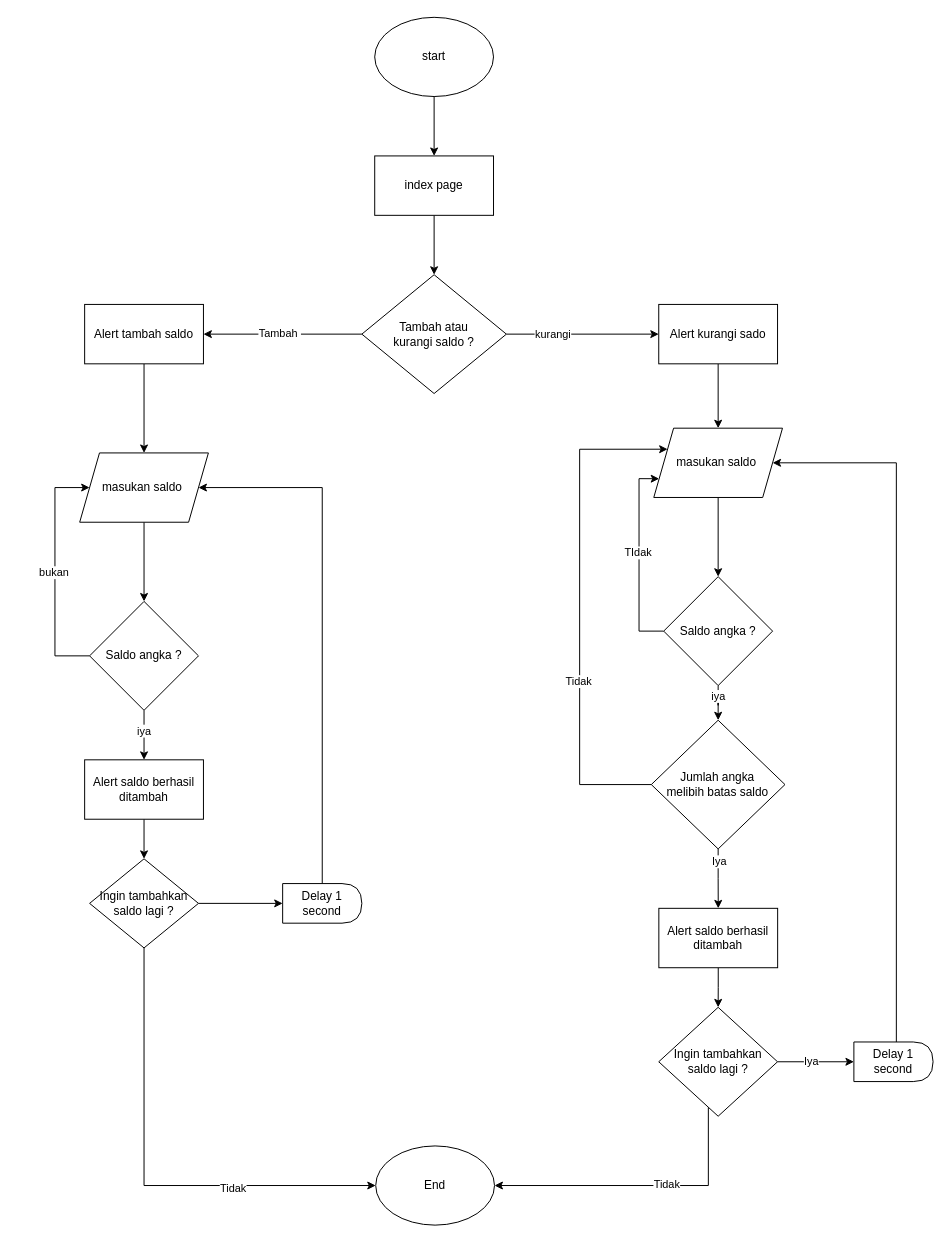
Earlier version of the draw.io diagram Untitled Diagram.drawio (Mamanggans/Basic_banking_sysytem). Source tidied: cells renumbered, new cells numbered last; positions are measured from the earlier drawing's top-left corner, leaving out a move shared by most shapes. Both pictures are drawn from the tidied source at 99%, with x=0, y=0 at pixel (54, 17).
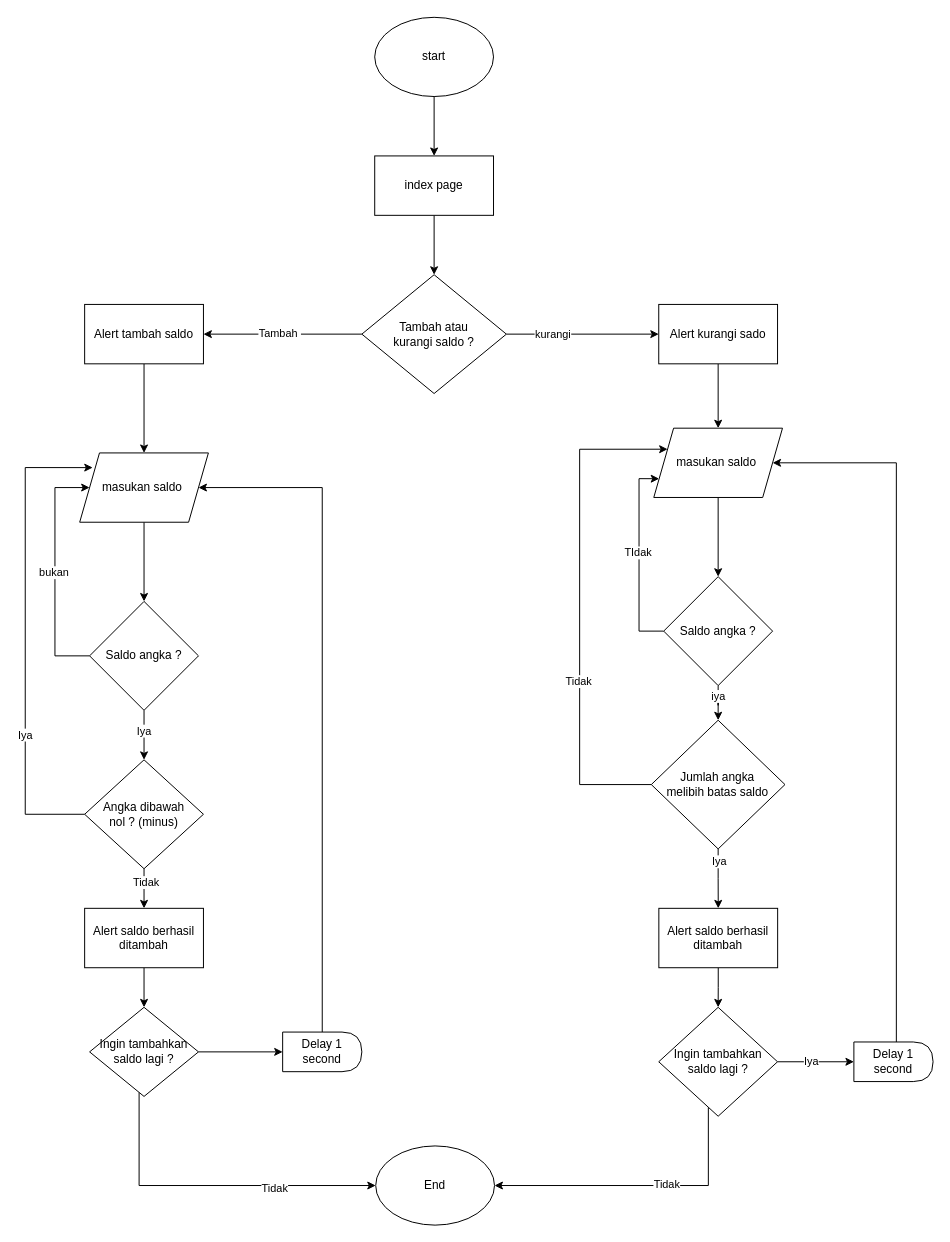
After the change.

Unchanged cells that the change refers to:
```xml
<mxCell id="16" value="masukan saldo&amp;nbsp;" style="shape=parallelogram;perimeter=parallelogramPerimeter;whiteSpace=wrap;html=1;fixedSize=1;" parent="1" vertex="1">
  <mxGeometry x="25" y="440" width="130" height="70" as="geometry" />
</mxCell>
<mxCell id="21" value="Saldo angka ?" style="rhombus;whiteSpace=wrap;html=1;" parent="1" vertex="1">
  <mxGeometry x="35" y="590" width="110" height="110" as="geometry" />
</mxCell>
<mxCell id="30" value="End" style="ellipse;whiteSpace=wrap;html=1;" parent="1" vertex="1">
  <mxGeometry x="324" y="1140" width="120" height="80" as="geometry" />
</mxCell>
```

What changed in the source:
```diff
@@
-    <mxCell id="19" style="edgeStyle=orthogonalEdgeStyle;rounded=0;jettySize=auto;html=1;" parent="1" edge="1" source="21" target="23">
-      <mxGeometry relative="1" as="geometry" />
-    </mxCell>
-    <mxCell id="20" value="iya" style="edgeLabel;html=1;align=center;verticalAlign=middle;" parent="19" vertex="1">
-      <mxGeometry x="-0.19" y="-1" relative="1" as="geometry" />
-    </mxCell>
+    <mxCell id="52" style="edgeStyle=orthogonalEdgeStyle;rounded=0;jettySize=auto;html=1;" parent="1" edge="1" source="21" target="56">
+      <mxGeometry relative="1" as="geometry" />
+    </mxCell>
+    <mxCell id="53" value="Iya" style="edgeLabel;html=1;align=center;verticalAlign=middle;" parent="52" vertex="1">
+      <mxGeometry x="-0.21" y="-1" relative="1" as="geometry" />
+    </mxCell>
@@
     <mxCell id="23" value="Alert saldo berhasil ditambah" style="rounded=0;whiteSpace=wrap;html=1;" parent="1" vertex="1">
-      <mxGeometry x="30" y="750" width="120" height="60" as="geometry" />
+      <mxGeometry x="30" y="900" width="120" height="60" as="geometry" />
     </mxCell>
     <mxCell id="24" style="edgeStyle=orthogonalEdgeStyle;rounded=0;jettySize=auto;html=1;entryX=0;entryY=0.5;entryDx=0;entryDy=0;" parent="1" edge="1" source="27" target="30">
       <mxGeometry relative="1" as="geometry">
         <Array as="points">
-          <mxPoint x="90" y="1180" />
+          <mxPoint x="85" y="1180" />
         </Array>
       </mxGeometry>
     </mxCell>
@@
     <mxCell id="27" value="Ingin tambahkan saldo lagi ?" style="rhombus;whiteSpace=wrap;html=1;" parent="1" vertex="1">
-      <mxGeometry x="35" y="850" width="110" height="90" as="geometry" />
+      <mxGeometry x="35" y="1000" width="110" height="90" as="geometry" />
     </mxCell>
@@
     <mxCell id="29" value="Delay 1 second" style="shape=delay;whiteSpace=wrap;html=1;" parent="1" vertex="1">
-      <mxGeometry x="230" y="875" width="80" height="40" as="geometry" />
+      <mxGeometry x="230" y="1025" width="80" height="40" as="geometry" />
     </mxCell>
@@
+    <mxCell id="54" style="edgeStyle=orthogonalEdgeStyle;rounded=0;jettySize=auto;html=1;" parent="1" edge="1" source="56" target="23">
+      <mxGeometry relative="1" as="geometry" />
+    </mxCell>
+    <mxCell id="55" value="Tidak" style="edgeLabel;html=1;align=center;verticalAlign=middle;" parent="54" vertex="1">
+      <mxGeometry x="-0.36" y="1" relative="1" as="geometry" />
+    </mxCell>
+    <mxCell id="56" value="Angka dibawah &lt;br&gt;nol ? (minus)" style="rhombus;whiteSpace=wrap;html=1;" parent="1" vertex="1">
+      <mxGeometry x="30" y="750" width="120" height="110" as="geometry" />
+    </mxCell>
+    <mxCell id="57" style="edgeStyle=orthogonalEdgeStyle;rounded=0;jettySize=auto;html=1;entryX=0.101;entryY=0.212;entryDx=0;entryDy=0;entryPerimeter=0;exitX=0;exitY=0.5;exitDx=0;exitDy=0;" parent="1" edge="1" source="56" target="16">
+      <mxGeometry relative="1" as="geometry">
+        <Array as="points">
+          <mxPoint x="-30" y="805" />
+          <mxPoint x="-30" y="455" />
+        </Array>
+      </mxGeometry>
+    </mxCell>
+    <mxCell id="58" value="Iya" style="edgeLabel;html=1;align=center;verticalAlign=middle;" parent="57" vertex="1">
+      <mxGeometry x="-0.41" y="1" relative="1" as="geometry" />
+    </mxCell>
```
